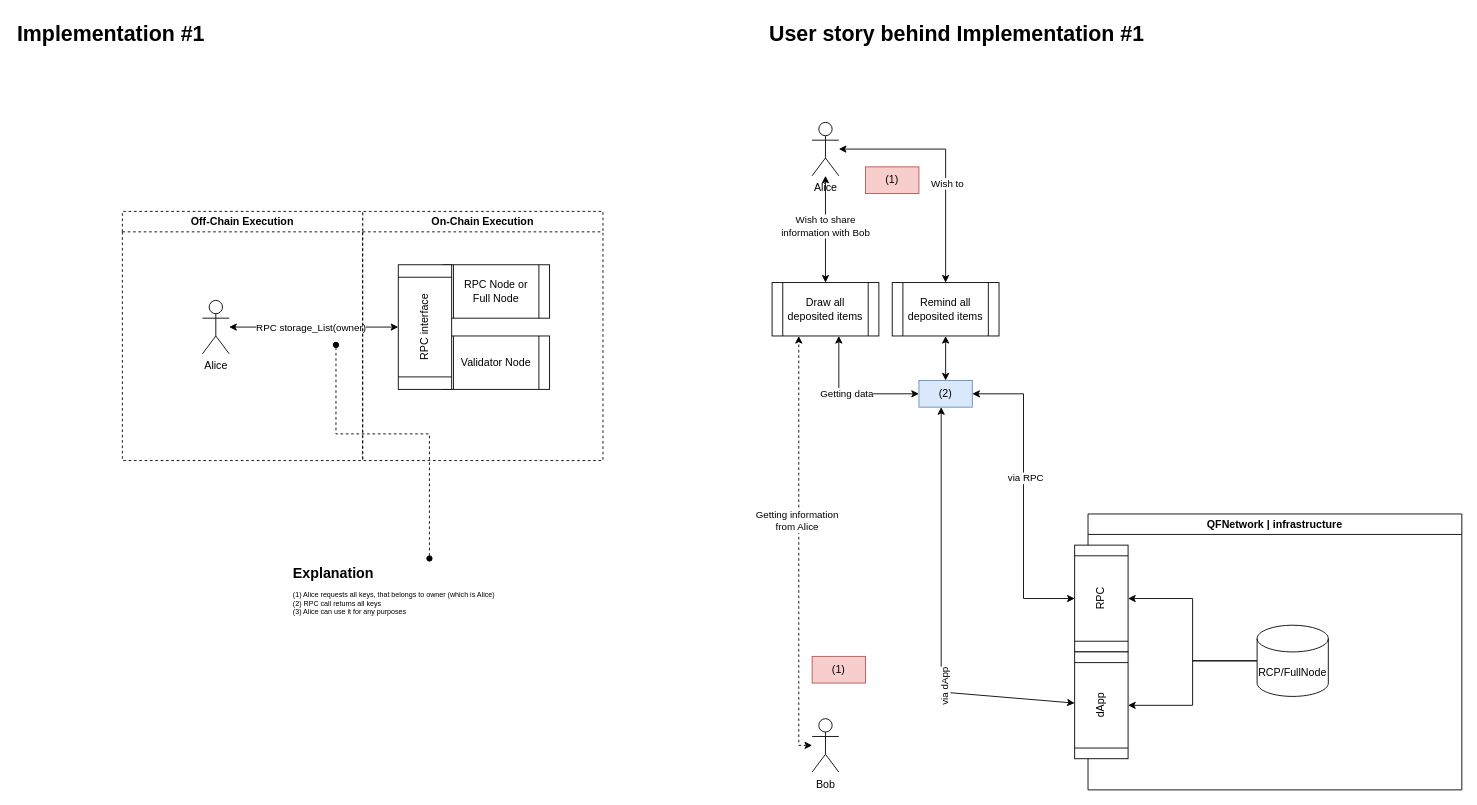
This is page "I1" (2 of 4) of docs/ADR/0011_implmentations_visualization.drawio from QuantumFusion-network/spec, a draw.io file, before an edit. Source tidied: cells renumbered, new cells numbered last; positions are measured from the earlier drawing's top-left corner, leaving out a move shared by most shapes. Both pictures are drawn from the tidied source at 89%, with x=0, y=0 at pixel (15, 15).
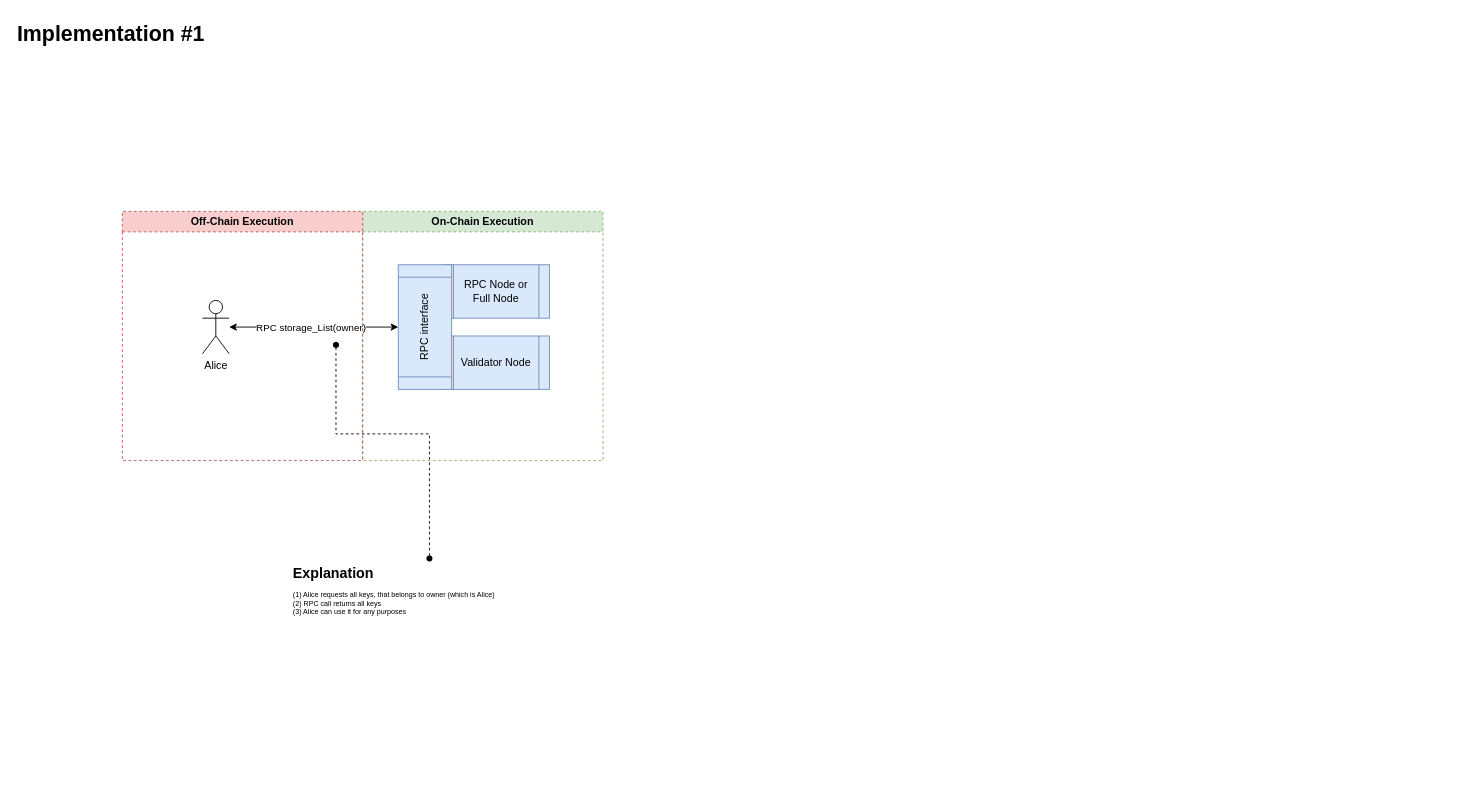
The same diagram, later.

Commit message (it also covers changes not shown here):
Add UML user cases + refs

Change to the diagram source:
```diff
@@
-    <mxCell id="3" value="RPC Node or Full Node" style="shape=process;whiteSpace=wrap;html=1;backgroundOutline=1;" parent="1" vertex="1">
+    <mxCell id="3" value="RPC Node or Full Node" style="shape=process;whiteSpace=wrap;html=1;backgroundOutline=1;fillColor=#dae8fc;strokeColor=#6c8ebf;" parent="1" vertex="1">
       <mxGeometry x="480" y="280" width="120" height="60" as="geometry" />
     </mxCell>
-    <mxCell id="4" value="Validator Node" style="shape=process;whiteSpace=wrap;html=1;backgroundOutline=1;" parent="1" vertex="1">
+    <mxCell id="4" value="Validator Node" style="shape=process;whiteSpace=wrap;html=1;backgroundOutline=1;fillColor=#dae8fc;strokeColor=#6c8ebf;" parent="1" vertex="1">
       <mxGeometry x="480" y="360" width="120" height="60" as="geometry" />
     </mxCell>
-    <mxCell id="5" value="RPC interface" style="shape=process;whiteSpace=wrap;html=1;backgroundOutline=1;rotation=-90;" parent="1" vertex="1">
+    <mxCell id="5" value="RPC interface" style="shape=process;whiteSpace=wrap;html=1;backgroundOutline=1;rotation=-90;fillColor=#dae8fc;strokeColor=#6c8ebf;" parent="1" vertex="1">
       <mxGeometry x="390" y="320" width="140" height="60" as="geometry" />
     </mxCell>
@@
-    <mxCell id="9" value="On-Chain Execution" style="swimlane;whiteSpace=wrap;html=1;dashed=1;" parent="1" vertex="1">
+    <mxCell id="9" value="On-Chain Execution" style="swimlane;whiteSpace=wrap;html=1;dashed=1;fillColor=#d5e8d4;strokeColor=#82b366;" parent="1" vertex="1">
       <mxGeometry x="390" y="220" width="270" height="280" as="geometry" />
     </mxCell>
-    <mxCell id="10" value="Off-Chain Execution" style="swimlane;whiteSpace=wrap;html=1;dashed=1;" parent="1" vertex="1">
+    <mxCell id="10" value="Off-Chain Execution" style="swimlane;whiteSpace=wrap;html=1;dashed=1;fillColor=#f8cecc;strokeColor=#b85450;" parent="1" vertex="1">
       <mxGeometry x="120" y="220" width="270" height="280" as="geometry" />
     </mxCell>
@@
-    <mxCell id="13" value="&lt;h1 style=&quot;margin-top: 0px;&quot;&gt;User story behind Implementation #1&lt;/h1&gt;" style="text;html=1;whiteSpace=wrap;overflow=hidden;rounded=0;" parent="1" vertex="1">
-      <mxGeometry x="845" width="760" height="120" as="geometry" />
-    </mxCell>
-    <mxCell id="14" style="edgeStyle=orthogonalEdgeStyle;rounded=0;jettySize=auto;html=1;startArrow=classic;startFill=1;" parent="1" edge="1" source="18" target="21">
-      <mxGeometry relative="1" as="geometry" />
-    </mxCell>
-    <mxCell id="15" value="Wish to share&lt;br&gt;information with Bob" style="edgeLabel;html=1;align=center;verticalAlign=middle;" parent="14" vertex="1">
-      <mxGeometry x="-0.07" relative="1" as="geometry">
-        <mxPoint x="-1" as="offset" />
-      </mxGeometry>
-    </mxCell>
-    <mxCell id="16" style="edgeStyle=orthogonalEdgeStyle;rounded=0;jettySize=auto;html=1;startArrow=classic;startFill=1;" parent="1" edge="1" source="18" target="23">
-      <mxGeometry relative="1" as="geometry" />
-    </mxCell>
-    <mxCell id="17" value="Wish to" style="edgeLabel;html=1;align=center;verticalAlign=middle;" parent="16" vertex="1">
-      <mxGeometry x="0.17" y="1" relative="1" as="geometry" />
-    </mxCell>
-    <mxCell id="18" value="Alice" style="shape=umlActor;verticalLabelPosition=bottom;verticalAlign=top;html=1;outlineConnect=0;" parent="1" vertex="1">
-      <mxGeometry x="895" y="120" width="30" height="60" as="geometry" />
-    </mxCell>
-    <mxCell id="19" style="edgeStyle=orthogonalEdgeStyle;rounded=0;jettySize=auto;html=1;entryX=0;entryY=0.5;entryDx=0;entryDy=0;startArrow=classic;startFill=1;" parent="1" edge="1" source="21" target="35">
-      <mxGeometry relative="1" as="geometry">
-        <Array as="points">
-          <mxPoint x="925" y="425" />
-        </Array>
-      </mxGeometry>
-    </mxCell>
-    <mxCell id="20" value="Getting data" style="edgeLabel;html=1;align=center;verticalAlign=middle;" parent="19" vertex="1">
-      <mxGeometry x="-0.06" y="1" relative="1" as="geometry" />
-    </mxCell>
-    <mxCell id="21" value="Draw all deposited items" style="shape=process;whiteSpace=wrap;html=1;backgroundOutline=1;" parent="1" vertex="1">
-      <mxGeometry x="850" y="300" width="120" height="60" as="geometry" />
-    </mxCell>
-    <mxCell id="22" style="edgeStyle=orthogonalEdgeStyle;rounded=0;jettySize=auto;html=1;entryX=0.5;entryY=0;entryDx=0;entryDy=0;startArrow=classic;startFill=1;" parent="1" edge="1" source="23" target="35">
-      <mxGeometry relative="1" as="geometry" />
-    </mxCell>
-    <mxCell id="23" value="Remind all deposited items" style="shape=process;whiteSpace=wrap;html=1;backgroundOutline=1;" parent="1" vertex="1">
-      <mxGeometry x="985" y="300" width="120" height="60" as="geometry" />
-    </mxCell>
-    <mxCell id="24" value="QFNetwork | infrastructure" style="swimlane;whiteSpace=wrap;html=1;" parent="1" vertex="1">
-      <mxGeometry x="1205" y="560" width="420" height="310" as="geometry" />
-    </mxCell>
-    <mxCell id="25" value="RPC" style="shape=process;whiteSpace=wrap;html=1;backgroundOutline=1;rotation=-90;" parent="24" vertex="1">
-      <mxGeometry x="-45" y="65" width="120" height="60" as="geometry" />
-    </mxCell>
-    <mxCell id="26" value="dApp" style="shape=process;whiteSpace=wrap;html=1;backgroundOutline=1;rotation=-90;" parent="24" vertex="1">
-      <mxGeometry x="-45" y="185" width="120" height="60" as="geometry" />
-    </mxCell>
-    <mxCell id="27" style="edgeStyle=orthogonalEdgeStyle;rounded=0;jettySize=auto;html=1;entryX=0.5;entryY=1;entryDx=0;entryDy=0;" parent="24" edge="1" source="28" target="25">
-      <mxGeometry relative="1" as="geometry" />
-    </mxCell>
-    <mxCell id="28" value="RCP/FullNode" style="shape=cylinder3;whiteSpace=wrap;html=1;boundedLbl=1;backgroundOutline=1;size=15;" parent="24" vertex="1">
-      <mxGeometry x="190" y="125" width="80" height="80" as="geometry" />
-    </mxCell>
-    <mxCell id="29" style="edgeStyle=orthogonalEdgeStyle;rounded=0;jettySize=auto;html=1;entryX=0.5;entryY=1;entryDx=0;entryDy=0;" parent="24" edge="1" source="28" target="26">
-      <mxGeometry relative="1" as="geometry" />
-    </mxCell>
-    <mxCell id="30" value="(1)" style="text;html=1;align=center;verticalAlign=middle;whiteSpace=wrap;rounded=0;fillColor=#f8cecc;strokeColor=#b85450;" parent="1" vertex="1">
-      <mxGeometry x="955" y="170" width="60" height="30" as="geometry" />
-    </mxCell>
-    <mxCell id="31" style="edgeStyle=orthogonalEdgeStyle;rounded=0;jettySize=auto;html=1;entryX=0.5;entryY=0;entryDx=0;entryDy=0;startArrow=classic;startFill=1;" parent="1" edge="1" source="35" target="25">
-      <mxGeometry relative="1" as="geometry" />
-    </mxCell>
-    <mxCell id="32" value="via RPC" style="edgeLabel;html=1;align=center;verticalAlign=middle;" parent="31" vertex="1">
-      <mxGeometry x="-0.12" y="2" relative="1" as="geometry" />
-    </mxCell>
-    <mxCell id="33" style="edgeStyle=orthogonalEdgeStyle;rounded=0;jettySize=auto;html=1;startArrow=classic;startFill=1;" parent="1" edge="1" source="35" target="26">
-      <mxGeometry relative="1" as="geometry">
-        <Array as="points">
-          <mxPoint x="1040" y="760" />
-        </Array>
-      </mxGeometry>
-    </mxCell>
-    <mxCell id="34" value="via dApp" style="edgeLabel;html=1;align=center;verticalAlign=middle;rotation=-90;" parent="33" vertex="1">
-      <mxGeometry x="0.34" y="3" relative="1" as="geometry" />
-    </mxCell>
-    <mxCell id="35" value="(2)" style="text;html=1;align=center;verticalAlign=middle;whiteSpace=wrap;rounded=0;fillColor=#dae8fc;strokeColor=#6c8ebf;" parent="1" vertex="1">
-      <mxGeometry x="1015" y="410" width="60" height="30" as="geometry" />
-    </mxCell>
-    <mxCell id="36" style="edgeStyle=orthogonalEdgeStyle;rounded=0;jettySize=auto;html=1;entryX=0.25;entryY=1;entryDx=0;entryDy=0;dashed=1;startArrow=classic;startFill=1;" parent="1" edge="1" source="38" target="21">
-      <mxGeometry relative="1" as="geometry">
-        <Array as="points">
-          <mxPoint x="880" y="820" />
-        </Array>
-      </mxGeometry>
-    </mxCell>
-    <mxCell id="37" value="Getting information&lt;br&gt;from Alice" style="edgeLabel;html=1;align=center;verticalAlign=middle;" parent="36" vertex="1">
-      <mxGeometry x="0.13" y="3" relative="1" as="geometry" />
-    </mxCell>
-    <mxCell id="38" value="Bob" style="shape=umlActor;verticalLabelPosition=bottom;verticalAlign=top;html=1;outlineConnect=0;" parent="1" vertex="1">
-      <mxGeometry x="895" y="790" width="30" height="60" as="geometry" />
-    </mxCell>
-    <mxCell id="39" value="(1)" style="text;html=1;align=center;verticalAlign=middle;whiteSpace=wrap;rounded=0;fillColor=#f8cecc;strokeColor=#b85450;" parent="1" vertex="1">
-      <mxGeometry x="895" y="720" width="60" height="30" as="geometry" />
-    </mxCell>
```
